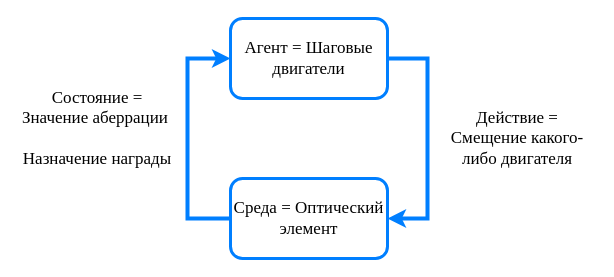
Before: схема осп.drawio in Armore27/learning, a draw.io diagram. Source tidied: cells renumbered, new cells numbered last; positions are measured from the earlier drawing's top-left corner, leaving out a move shared by most shapes. Both pictures are drawn from the tidied source at 100%, with x=0, y=0 at pixel (17, 18).
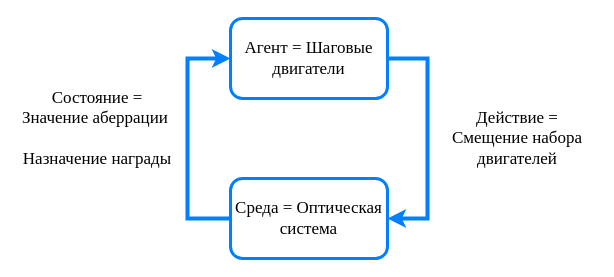
After the change.

Change to the diagram source:
```diff
@@
 <mxGraphModel>
   <root>
     <mxCell id="0" />
     <mxCell id="1" parent="0" />
     <mxCell id="2" style="edgeStyle=orthogonalEdgeStyle;rounded=0;jettySize=auto;html=1;entryX=1;entryY=0.5;entryDx=0;entryDy=0;strokeWidth=4;strokeColor=#007FFF;" parent="1" edge="1" source="3" target="5">
       <mxGeometry relative="1" as="geometry">
         <Array as="points">
           <mxPoint x="410" y="40" />
           <mxPoint x="410" y="200" />
         </Array>
       </mxGeometry>
     </mxCell>
     <mxCell id="3" value="&lt;span style=&quot;font-family: &amp;#34;times new roman&amp;#34; ; font-size: 17px&quot;&gt;Агент = Шаговые двигатели&lt;/span&gt;" style="rounded=1;whiteSpace=wrap;html=1;strokeWidth=3;strokeColor=#007FFF;" parent="1" vertex="1">
       <mxGeometry x="213" width="157" height="80" as="geometry" />
     </mxCell>
     <mxCell id="4" style="edgeStyle=orthogonalEdgeStyle;rounded=0;jettySize=auto;html=1;strokeColor=#007FFF;strokeWidth=4;entryX=0;entryY=0.5;entryDx=0;entryDy=0;" parent="1" edge="1" source="5" target="3">
       <mxGeometry relative="1" as="geometry">
         <Array as="points">
           <mxPoint x="170" y="200" />
           <mxPoint x="170" y="40" />
         </Array>
       </mxGeometry>
     </mxCell>
-    <mxCell id="5" value="&lt;font style=&quot;font-size: 17px&quot; face=&quot;Times New Roman&quot;&gt;Среда = Оптический элемент&lt;/font&gt;" style="rounded=1;whiteSpace=wrap;html=1;strokeColor=#007FFF;strokeWidth=3;" parent="1" vertex="1">
+    <mxCell id="5" value="&lt;font style=&quot;font-size: 17px&quot; face=&quot;Times New Roman&quot;&gt;Среда = Оптическая система&lt;/font&gt;" style="rounded=1;whiteSpace=wrap;html=1;strokeColor=#007FFF;strokeWidth=3;" parent="1" vertex="1">
       <mxGeometry x="213" y="160" width="157" height="80" as="geometry" />
     </mxCell>
-    <mxCell id="6" value="&lt;font style=&quot;font-size: 17px&quot; face=&quot;Times New Roman&quot;&gt;Действие = Смещение какого-либо двигателя&lt;/font&gt;" style="text;html=1;strokeColor=none;fillColor=none;align=center;verticalAlign=middle;whiteSpace=wrap;rounded=0;" parent="1" vertex="1">
+    <mxCell id="6" value="&lt;font style=&quot;font-size: 17px&quot; face=&quot;Times New Roman&quot;&gt;Действие = Смещение набора двигателей&lt;/font&gt;" style="text;html=1;strokeColor=none;fillColor=none;align=center;verticalAlign=middle;whiteSpace=wrap;rounded=0;" parent="1" vertex="1">
       <mxGeometry x="420" y="90" width="160" height="60" as="geometry" />
     </mxCell>
     <mxCell id="7" value="&lt;font style=&quot;font-size: 17px&quot; face=&quot;Times New Roman&quot;&gt;Состояние = Значение аберрации&amp;nbsp;&lt;br&gt;&lt;br&gt;Назначение награды&lt;br&gt;&lt;/font&gt;" style="text;html=1;strokeColor=none;fillColor=none;align=center;verticalAlign=middle;whiteSpace=wrap;rounded=0;" parent="1" vertex="1">
       <mxGeometry y="70" width="160" height="80" as="geometry" />
     </mxCell>
   </root>
 </mxGraphModel>
```
